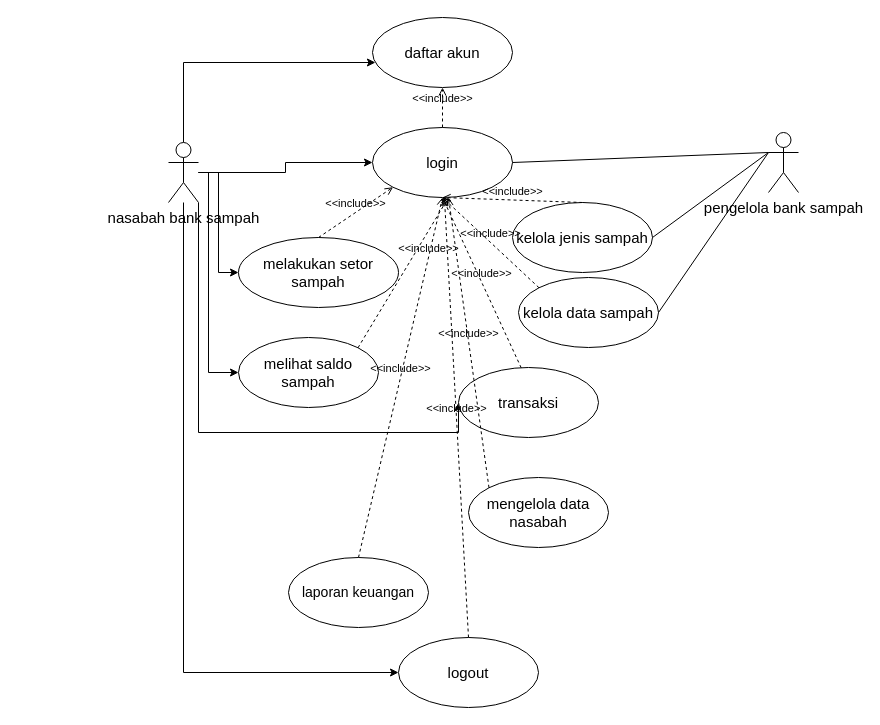
Above: page "use case" (1 of 22) of Untitled Diagram.drawio in dreamergirl01/uml_bankSampah (draw.io), before the change. Source tidied: cells renumbered, new cells numbered last; positions are measured from the earlier drawing's top-left corner, leaving out a move shared by most shapes. Both pictures are drawn from the tidied source at 100%, with x=0, y=0 at pixel (168, 17).
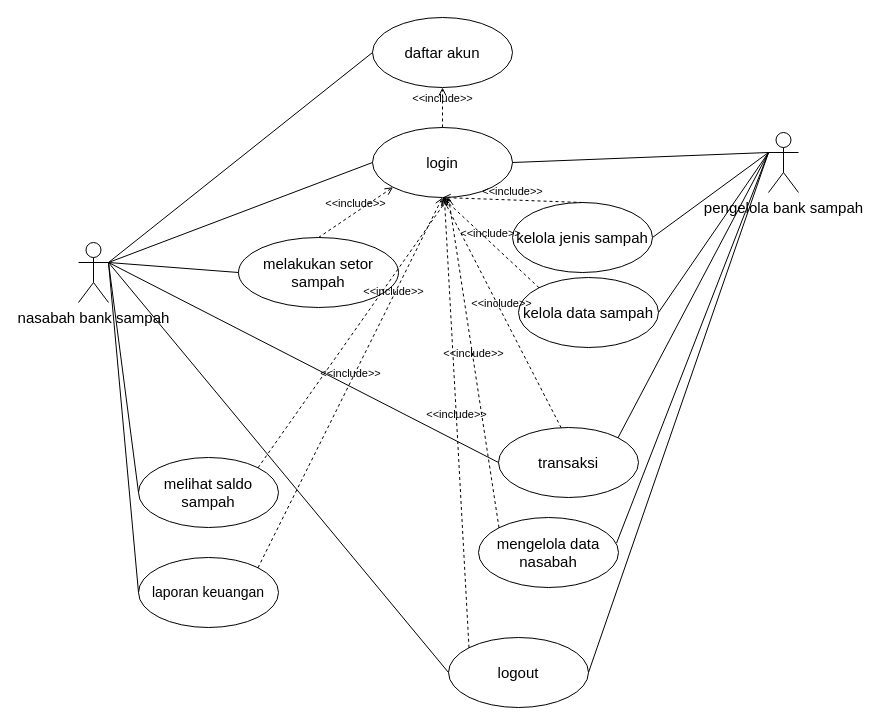
The same diagram, later.

Unchanged cells that the change refers to:
```xml
<mxCell id="9" value="&lt;div&gt;&lt;span style=&quot;background-color: initial;&quot;&gt;pengelola bank sampah&lt;/span&gt;&lt;/div&gt;" style="shape=umlActor;verticalLabelPosition=bottom;verticalAlign=top;html=1;fontSize=15;" parent="1" vertex="1">
  <mxGeometry x="600" y="115" width="30" height="60" as="geometry" />
</mxCell>
<mxCell id="10" value="login" style="ellipse;whiteSpace=wrap;html=1;fontSize=15;" parent="1" vertex="1">
  <mxGeometry x="204" y="110" width="140" height="70" as="geometry" />
</mxCell>
<mxCell id="12" value="daftar akun" style="ellipse;whiteSpace=wrap;html=1;fontSize=15;" parent="1" vertex="1">
  <mxGeometry x="204" width="140" height="70" as="geometry" />
</mxCell>
<mxCell id="13" value="melakukan setor sampah" style="ellipse;whiteSpace=wrap;html=1;fontSize=15;" parent="1" vertex="1">
  <mxGeometry x="70" y="220" width="160" height="70" as="geometry" />
</mxCell>
```

Diff of the diagram source:
```diff
@@
-    <mxCell id="2" style="edgeStyle=orthogonalEdgeStyle;rounded=0;jettySize=auto;html=1;" parent="1" edge="1" source="8" target="12">
-      <mxGeometry relative="1" as="geometry">
-        <Array as="points">
-          <mxPoint x="15" y="45" />
-        </Array>
-      </mxGeometry>
-    </mxCell>
-    <mxCell id="3" style="edgeStyle=orthogonalEdgeStyle;rounded=0;jettySize=auto;html=1;entryX=0;entryY=0.5;entryDx=0;entryDy=0;" parent="1" edge="1" source="8" target="11">
-      <mxGeometry relative="1" as="geometry">
-        <Array as="points">
-          <mxPoint x="15" y="655" />
-        </Array>
-      </mxGeometry>
-    </mxCell>
-    <mxCell id="4" style="edgeStyle=orthogonalEdgeStyle;rounded=0;jettySize=auto;html=1;" parent="1" edge="1" source="8" target="10">
-      <mxGeometry relative="1" as="geometry" />
-    </mxCell>
-    <mxCell id="5" style="edgeStyle=orthogonalEdgeStyle;rounded=0;jettySize=auto;html=1;entryX=0;entryY=0.5;entryDx=0;entryDy=0;" parent="1" edge="1" source="8" target="13">
-      <mxGeometry relative="1" as="geometry" />
-    </mxCell>
-    <mxCell id="6" style="edgeStyle=orthogonalEdgeStyle;rounded=0;jettySize=auto;html=1;entryX=0;entryY=0.5;entryDx=0;entryDy=0;" parent="1" edge="1" source="8" target="18">
-      <mxGeometry relative="1" as="geometry">
-        <Array as="points">
-          <mxPoint x="30" y="415" />
-        </Array>
-      </mxGeometry>
-    </mxCell>
-    <mxCell id="7" style="edgeStyle=orthogonalEdgeStyle;rounded=0;jettySize=auto;html=1;entryX=0;entryY=0.5;entryDx=0;entryDy=0;" parent="1" edge="1" source="8" target="19">
-      <mxGeometry relative="1" as="geometry">
-        <Array as="points">
-          <mxPoint x="40" y="155" />
-          <mxPoint x="40" y="355" />
-        </Array>
-      </mxGeometry>
-    </mxCell>
     <mxCell id="8" value="nasabah bank sampah" style="shape=umlActor;verticalLabelPosition=bottom;verticalAlign=top;html=1;fontSize=15;" parent="1" vertex="1">
-      <mxGeometry y="125" width="30" height="60" as="geometry" />
+      <mxGeometry x="-90" y="225" width="30" height="60" as="geometry" />
     </mxCell>
@@
     <mxCell id="11" value="logout" style="ellipse;whiteSpace=wrap;html=1;fontSize=15;" parent="1" vertex="1">
-      <mxGeometry x="230" y="620" width="140" height="70" as="geometry" />
+      <mxGeometry x="280" y="620" width="140" height="70" as="geometry" />
     </mxCell>
@@
     <mxCell id="14" value="mengelola data nasabah" style="ellipse;whiteSpace=wrap;html=1;fontSize=15;" parent="1" vertex="1">
-      <mxGeometry x="300" y="460" width="140" height="70" as="geometry" />
+      <mxGeometry x="310" y="500" width="140" height="70" as="geometry" />
     </mxCell>
@@
     <mxCell id="17" value="laporan keuangan" style="ellipse;whiteSpace=wrap;html=1;fontSize=14;" parent="1" vertex="1">
-      <mxGeometry x="120" y="540" width="140" height="70" as="geometry" />
+      <mxGeometry x="-30" y="540" width="140" height="70" as="geometry" />
     </mxCell>
     <mxCell id="18" value="transaksi" style="ellipse;whiteSpace=wrap;html=1;fontSize=15;" parent="1" vertex="1">
-      <mxGeometry x="290" y="350" width="140" height="70" as="geometry" />
+      <mxGeometry x="330" y="410" width="140" height="70" as="geometry" />
     </mxCell>
     <mxCell id="19" value="melihat saldo sampah" style="ellipse;whiteSpace=wrap;html=1;fontSize=15;" parent="1" vertex="1">
-      <mxGeometry x="70" y="320" width="140" height="70" as="geometry" />
+      <mxGeometry x="-30" y="440" width="140" height="70" as="geometry" />
     </mxCell>
@@
-    <mxCell id="24" value="&amp;lt;&amp;lt;include&amp;gt;&amp;gt;" style="html=1;verticalAlign=bottom;labelBackgroundColor=none;endArrow=open;endFill=0;dashed=1;rounded=0;exitX=0.5;exitY=0;exitDx=0;exitDy=0;entryX=0.5;entryY=1;entryDx=0;entryDy=0;" parent="1" edge="1" source="17" target="10">
+    <mxCell id="24" value="&amp;lt;&amp;lt;include&amp;gt;&amp;gt;" style="html=1;verticalAlign=bottom;labelBackgroundColor=none;endArrow=open;endFill=0;dashed=1;rounded=0;exitX=1;exitY=0;exitDx=0;exitDy=0;entryX=0.5;entryY=1;entryDx=0;entryDy=0;" parent="1" edge="1" source="17" target="10">
       <mxGeometry relative="1" as="geometry" />
     </mxCell>
-    <mxCell id="25" value="&amp;lt;&amp;lt;include&amp;gt;&amp;gt;" style="html=1;verticalAlign=bottom;labelBackgroundColor=none;endArrow=open;endFill=0;dashed=1;rounded=0;exitX=0.5;exitY=0;exitDx=0;exitDy=0;" parent="1" edge="1" source="11" target="10">
+    <mxCell id="25" value="&amp;lt;&amp;lt;include&amp;gt;&amp;gt;" style="html=1;verticalAlign=bottom;labelBackgroundColor=none;endArrow=open;endFill=0;dashed=1;rounded=0;exitX=0;exitY=0;exitDx=0;exitDy=0;" parent="1" edge="1" source="11" target="10">
       <mxGeometry relative="1" as="geometry" />
     </mxCell>
@@
+    <mxCell id="32" style="endArrow=none;html=1;rounded=0;entryX=0;entryY=0.3333333333333333;entryDx=0;entryDy=0;entryPerimeter=0;exitX=1;exitY=0;exitDx=0;exitDy=0;" parent="1" edge="1" source="18" target="9">
+      <mxGeometry relative="1" as="geometry" />
+    </mxCell>
+    <mxCell id="33" style="endArrow=none;html=1;rounded=0;entryX=0;entryY=0.3333333333333333;entryDx=0;entryDy=0;entryPerimeter=0;exitX=0.986;exitY=0.366;exitDx=0;exitDy=0;exitPerimeter=0;" parent="1" edge="1" source="14" target="9">
+      <mxGeometry relative="1" as="geometry" />
+    </mxCell>
+    <mxCell id="34" style="endArrow=none;html=1;rounded=0;entryX=0;entryY=0.3333333333333333;entryDx=0;entryDy=0;entryPerimeter=0;exitX=1;exitY=0.5;exitDx=0;exitDy=0;" parent="1" edge="1" source="11" target="9">
+      <mxGeometry relative="1" as="geometry" />
+    </mxCell>
+    <mxCell id="2" style="endArrow=none;html=1;rounded=0;exitX=1;exitY=0.3333333333333333;exitDx=0;exitDy=0;exitPerimeter=0;entryX=0;entryY=0.5;entryDx=0;entryDy=0;" parent="1" edge="1" source="8" target="12">
+      <mxGeometry relative="1" as="geometry" />
+    </mxCell>
+    <mxCell id="4" style="endArrow=none;html=1;rounded=0;exitX=1;exitY=0.3333333333333333;exitDx=0;exitDy=0;exitPerimeter=0;entryX=0;entryY=0.5;entryDx=0;entryDy=0;" parent="1" edge="1" source="8" target="10">
+      <mxGeometry relative="1" as="geometry" />
+    </mxCell>
+    <mxCell id="5" style="endArrow=none;html=1;rounded=0;exitX=1;exitY=0.3333333333333333;exitDx=0;exitDy=0;exitPerimeter=0;entryX=0;entryY=0.5;entryDx=0;entryDy=0;" parent="1" edge="1" source="8" target="13">
+      <mxGeometry relative="1" as="geometry" />
+    </mxCell>
+    <mxCell id="7" style="endArrow=none;html=1;rounded=0;exitX=1;exitY=0.3333333333333333;exitDx=0;exitDy=0;exitPerimeter=0;entryX=0;entryY=0.5;entryDx=0;entryDy=0;" parent="1" edge="1" source="8" target="19">
+      <mxGeometry relative="1" as="geometry" />
+    </mxCell>
+    <mxCell id="6" style="endArrow=none;html=1;rounded=0;exitX=1;exitY=0.3333333333333333;exitDx=0;exitDy=0;exitPerimeter=0;entryX=0;entryY=0.5;entryDx=0;entryDy=0;" parent="1" edge="1" source="8" target="18">
+      <mxGeometry relative="1" as="geometry" />
+    </mxCell>
+    <mxCell id="35" style="endArrow=none;html=1;rounded=0;exitX=1;exitY=0.3333333333333333;exitDx=0;exitDy=0;exitPerimeter=0;entryX=0;entryY=0.5;entryDx=0;entryDy=0;" parent="1" edge="1" source="8" target="17">
+      <mxGeometry relative="1" as="geometry" />
+    </mxCell>
+    <mxCell id="3" style="endArrow=none;html=1;rounded=0;exitX=1;exitY=0.3333333333333333;exitDx=0;exitDy=0;exitPerimeter=0;entryX=0;entryY=0.5;entryDx=0;entryDy=0;" parent="1" edge="1" source="8" target="11">
+      <mxGeometry relative="1" as="geometry" />
+    </mxCell>
```
